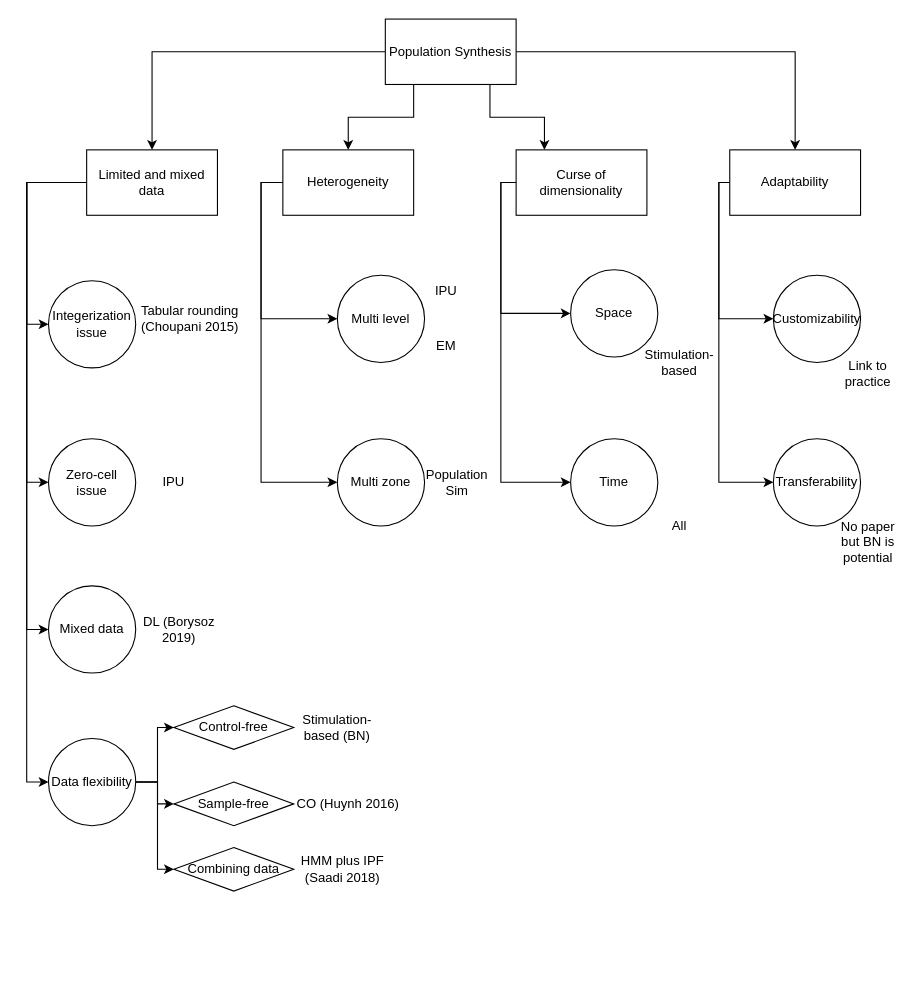
bobkatla/PopSyn_Monash keeps this draw.io diagram as simple_BN_learn/Untitled Diagram.drawio. Above is the earlier version. Source tidied: cells renumbered, new cells numbered last; positions are measured from the earlier drawing's top-left corner, leaving out a move shared by most shapes. Both pictures are drawn from the tidied source at 109%, with x=0, y=0 at pixel (26, 19).
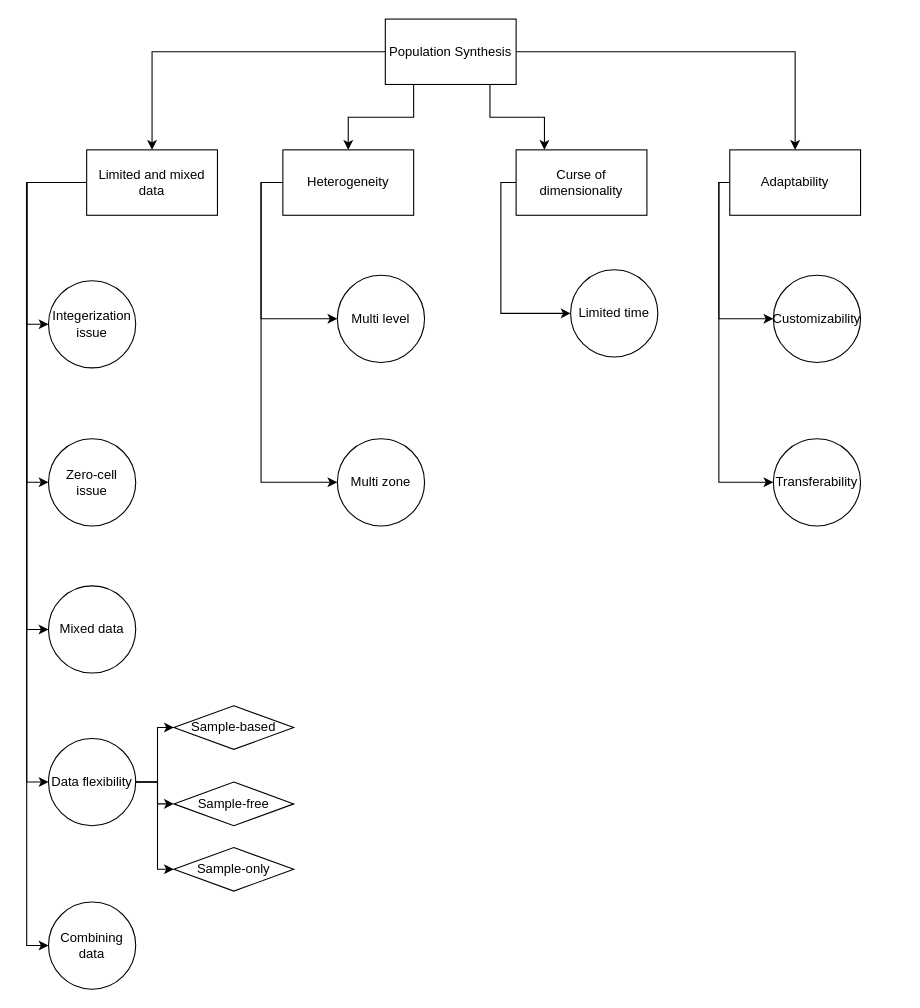
Above is the later version.

Unchanged cells that the change refers to:
```xml
<mxCell id="11" value="Limited and mixed data" style="rounded=0;whiteSpace=wrap;html=1;" parent="1" vertex="1">
  <mxGeometry x="55" y="120" width="120" height="60" as="geometry" />
</mxCell>
<mxCell id="17" value="Curse of dimensionality" style="rounded=0;whiteSpace=wrap;html=1;" parent="1" vertex="1">
  <mxGeometry x="449" y="120" width="120" height="60" as="geometry" />
</mxCell>
```

Diff of the diagram source:
```diff
@@
+    <mxCell id="51" style="edgeStyle=orthogonalEdgeStyle;rounded=0;jettySize=auto;html=1;entryX=0;entryY=0.5;entryDx=0;entryDy=0;" parent="1" edge="1" source="11" target="52">
+      <mxGeometry relative="1" as="geometry">
+        <Array as="points">
+          <mxPoint y="150" />
+          <mxPoint y="850" />
+        </Array>
+      </mxGeometry>
+    </mxCell>
@@
-    <mxCell id="16" style="edgeStyle=orthogonalEdgeStyle;rounded=0;jettySize=auto;html=1;entryX=0;entryY=0.5;entryDx=0;entryDy=0;" parent="1" edge="1" source="17" target="46">
-      <mxGeometry relative="1" as="geometry">
-        <Array as="points">
-          <mxPoint x="435" y="150" />
-          <mxPoint x="435" y="425" />
-        </Array>
-      </mxGeometry>
-    </mxCell>
@@
-    <mxCell id="23" value="CO (Huynh 2016)" style="text;html=1;strokeColor=none;fillColor=none;align=center;verticalAlign=middle;whiteSpace=wrap;rounded=0;" parent="1" vertex="1">
-      <mxGeometry x="245" y="705" width="100" height="30" as="geometry" />
-    </mxCell>
-    <mxCell id="24" value="Stimulation-based (BN)" style="text;html=1;strokeColor=none;fillColor=none;align=center;verticalAlign=middle;whiteSpace=wrap;rounded=0;" parent="1" vertex="1">
-      <mxGeometry x="245" y="635" width="80" height="30" as="geometry" />
-    </mxCell>
-    <mxCell id="25" value="HMM plus IPF (Saadi 2018)" style="text;html=1;strokeColor=none;fillColor=none;align=center;verticalAlign=middle;whiteSpace=wrap;rounded=0;" parent="1" vertex="1">
-      <mxGeometry x="250" y="765" width="80" height="30" as="geometry" />
-    </mxCell>
@@
-    <mxCell id="27" value="IPU" style="text;html=1;strokeColor=none;fillColor=none;align=center;verticalAlign=middle;whiteSpace=wrap;rounded=0;" parent="1" vertex="1">
-      <mxGeometry x="355" y="235" width="60" height="30" as="geometry" />
-    </mxCell>
-    <mxCell id="28" value="EM" style="text;html=1;strokeColor=none;fillColor=none;align=center;verticalAlign=middle;whiteSpace=wrap;rounded=0;" parent="1" vertex="1">
-      <mxGeometry x="355" y="285" width="60" height="30" as="geometry" />
-    </mxCell>
@@
-    <mxCell id="30" value="Population Sim" style="text;html=1;strokeColor=none;fillColor=none;align=center;verticalAlign=middle;whiteSpace=wrap;rounded=0;" parent="1" vertex="1">
-      <mxGeometry x="365" y="410" width="60" height="30" as="geometry" />
-    </mxCell>
@@
-    <mxCell id="39" value="Tabular rounding (Choupani 2015)" style="text;html=1;strokeColor=none;fillColor=none;align=center;verticalAlign=middle;whiteSpace=wrap;rounded=0;" parent="1" vertex="1">
-      <mxGeometry x="100" y="260" width="100" height="30" as="geometry" />
-    </mxCell>
-    <mxCell id="40" value="IPU" style="text;html=1;strokeColor=none;fillColor=none;align=center;verticalAlign=middle;whiteSpace=wrap;rounded=0;" parent="1" vertex="1">
-      <mxGeometry x="95" y="410" width="80" height="30" as="geometry" />
-    </mxCell>
-    <mxCell id="41" value="Control-free" style="rhombus;whiteSpace=wrap;html=1;" parent="1" vertex="1">
+    <mxCell id="41" value="Sample-based" style="rhombus;whiteSpace=wrap;html=1;" parent="1" vertex="1">
       <mxGeometry x="135" y="630" width="110" height="40" as="geometry" />
     </mxCell>
@@
-    <mxCell id="43" value="Combining data" style="rhombus;whiteSpace=wrap;html=1;" parent="1" vertex="1">
+    <mxCell id="43" value="Sample-only" style="rhombus;whiteSpace=wrap;html=1;" parent="1" vertex="1">
       <mxGeometry x="135" y="760" width="110" height="40" as="geometry" />
     </mxCell>
-    <mxCell id="44" value="DL (Borysoz 2019)" style="text;html=1;strokeColor=none;fillColor=none;align=center;verticalAlign=middle;whiteSpace=wrap;rounded=0;" parent="1" vertex="1">
-      <mxGeometry x="105" y="545" width="70" height="30" as="geometry" />
-    </mxCell>
-    <mxCell id="45" value="Space" style="ellipse;whiteSpace=wrap;html=1;" parent="1" vertex="1">
+    <mxCell id="45" value="Limited time" style="ellipse;whiteSpace=wrap;html=1;" parent="1" vertex="1">
       <mxGeometry x="499" y="230" width="80" height="80" as="geometry" />
     </mxCell>
-    <mxCell id="46" value="Time" style="ellipse;whiteSpace=wrap;html=1;" parent="1" vertex="1">
-      <mxGeometry x="499" y="385" width="80" height="80" as="geometry" />
-    </mxCell>
-    <mxCell id="47" value="No paper but BN is potential" style="text;html=1;strokeColor=none;fillColor=none;align=center;verticalAlign=middle;whiteSpace=wrap;rounded=0;" parent="1" vertex="1">
-      <mxGeometry x="742" y="465" width="60" height="30" as="geometry" />
-    </mxCell>
-    <mxCell id="48" value="Link to practice" style="text;html=1;strokeColor=none;fillColor=none;align=center;verticalAlign=middle;whiteSpace=wrap;rounded=0;" parent="1" vertex="1">
-      <mxGeometry x="742" y="310" width="60" height="30" as="geometry" />
-    </mxCell>
-    <mxCell id="49" value="Stimulation-based" style="text;html=1;strokeColor=none;fillColor=none;align=center;verticalAlign=middle;whiteSpace=wrap;rounded=0;" parent="1" vertex="1">
-      <mxGeometry x="569" y="300" width="60" height="30" as="geometry" />
-    </mxCell>
-    <mxCell id="50" value="All" style="text;html=1;strokeColor=none;fillColor=none;align=center;verticalAlign=middle;whiteSpace=wrap;rounded=0;" parent="1" vertex="1">
-      <mxGeometry x="569" y="450" width="60" height="30" as="geometry" />
-    </mxCell>
+    <mxCell id="52" value="Combining data" style="ellipse;whiteSpace=wrap;html=1;" parent="1" vertex="1">
+      <mxGeometry x="20" y="810" width="80" height="80" as="geometry" />
+    </mxCell>
```
